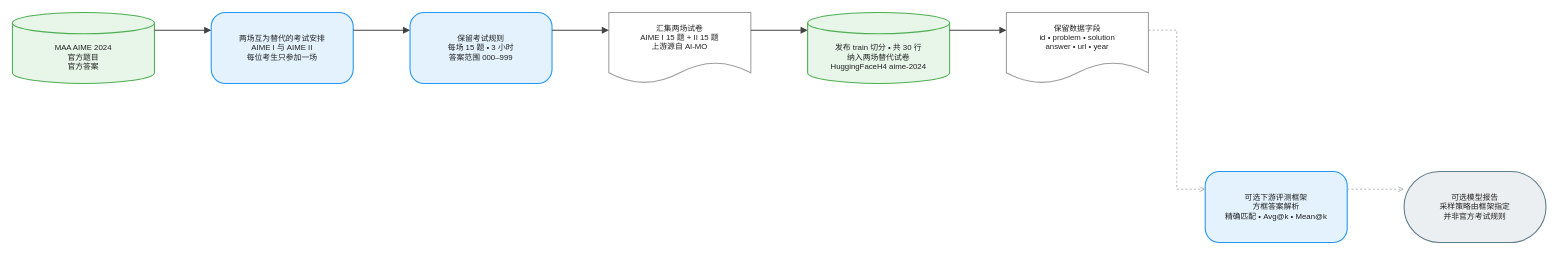
This is client/public/drawio/AIME-24/AIME-24.zh.drawio from joe1chief/benchmark-hub, a draw.io file, before an edit. Source tidied: cells renumbered, new cells numbered last; positions are measured from the earlier drawing's top-left corner, leaving out a move shared by most shapes. Both pictures are drawn from the tidied source at 71%, with x=0, y=0 at pixel (12, 12).
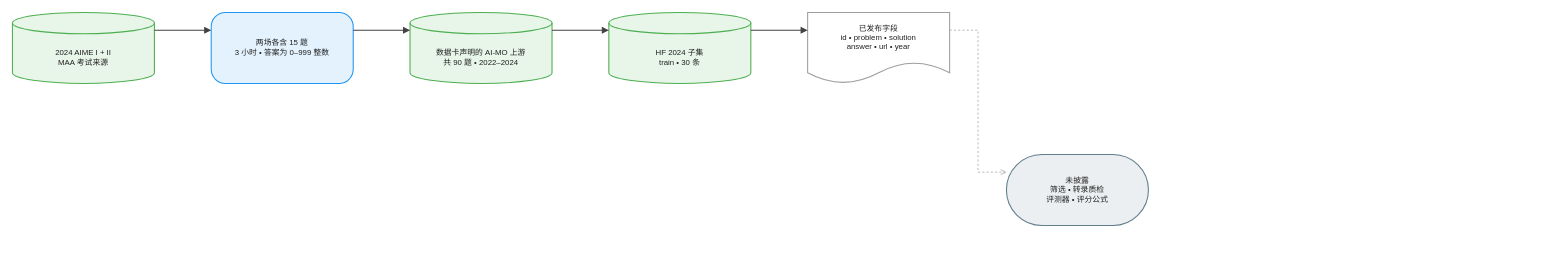
The same page after the edit.

Change to the diagram source:
```diff
@@
 <mxGraphModel background="#FFFFFF">
   <root>
     <mxCell id="0" />
     <mxCell id="1" parent="0" />
-    <mxCell id="2" value="MAA AIME 2024&#10;官方题目&#10;官方答案" style="shape=cylinder3;boundedLbl=1;backgroundOutline=1;size=15;html=0;convertToSvg=1;whiteSpace=wrap;fillColor=#E8F5E9;strokeColor=#4CAF50;strokeWidth=1.5;fontColor=#212121;fontSize=11;fontFamily=Arial, Helvetica, sans-serif;verticalAlign=middle;align=center;" parent="1" vertex="1">
+    <mxCell id="2" value="2024 AIME I + II&#10;MAA 考试来源" style="shape=cylinder3;boundedLbl=1;backgroundOutline=1;size=15;html=0;convertToSvg=1;whiteSpace=wrap;fillColor=#E8F5E9;strokeColor=#4CAF50;strokeWidth=1.5;fontColor=#212121;fontSize=11;fontFamily=Arial, Helvetica, sans-serif;verticalAlign=middle;align=center;" parent="1" vertex="1">
       <mxGeometry width="200" height="100" as="geometry" />
     </mxCell>
-    <mxCell id="3" value="两场互为替代的考试安排&#10;AIME I 与 AIME II&#10;每位考生只参加一场" style="rounded=1;arcSize=20;html=0;convertToSvg=1;whiteSpace=wrap;fillColor=#E3F2FD;strokeColor=#2196F3;strokeWidth=1.5;fontColor=#212121;fontSize=11;fontFamily=Arial, Helvetica, sans-serif;verticalAlign=middle;align=center;" parent="1" vertex="1">
+    <mxCell id="3" value="两场各含 15 题&#10;3 小时 • 答案为 0–999 整数" style="rounded=1;arcSize=20;html=0;convertToSvg=1;whiteSpace=wrap;fillColor=#E3F2FD;strokeColor=#2196F3;strokeWidth=1.5;fontColor=#212121;fontSize=11;fontFamily=Arial, Helvetica, sans-serif;verticalAlign=middle;align=center;" parent="1" vertex="1">
       <mxGeometry x="280" width="200" height="100" as="geometry" />
     </mxCell>
-    <mxCell id="4" value="保留考试规则&#10;每场 15 题 • 3 小时&#10;答案范围 000–999" style="rounded=1;arcSize=20;html=0;convertToSvg=1;whiteSpace=wrap;fillColor=#E3F2FD;strokeColor=#2196F3;strokeWidth=1.5;fontColor=#212121;fontSize=11;fontFamily=Arial, Helvetica, sans-serif;verticalAlign=middle;align=center;" parent="1" vertex="1">
+    <mxCell id="4" value="数据卡声明的 AI-MO 上游&#10;共 90 题 • 2022–2024" style="shape=cylinder3;boundedLbl=1;backgroundOutline=1;size=15;html=0;convertToSvg=1;whiteSpace=wrap;fillColor=#E8F5E9;strokeColor=#4CAF50;strokeWidth=1.5;fontColor=#212121;fontSize=11;fontFamily=Arial, Helvetica, sans-serif;verticalAlign=middle;align=center;" parent="1" vertex="1">
       <mxGeometry x="560" width="200" height="100" as="geometry" />
     </mxCell>
-    <mxCell id="5" value="汇集两场试卷&#10;AIME I 15 题 + II 15 题&#10;上游源自 AI-MO" style="shape=document;boundedLbl=1;html=0;convertToSvg=1;whiteSpace=wrap;fillColor=#FFFFFF;strokeColor=#9E9E9E;strokeWidth=1.5;fontColor=#212121;fontSize=11;fontFamily=Arial, Helvetica, sans-serif;verticalAlign=middle;align=center;" parent="1" vertex="1">
+    <mxCell id="5" value="HF 2024 子集&#10;train • 30 条" style="shape=cylinder3;boundedLbl=1;backgroundOutline=1;size=15;html=0;convertToSvg=1;whiteSpace=wrap;fillColor=#E8F5E9;strokeColor=#4CAF50;strokeWidth=1.5;fontColor=#212121;fontSize=11;fontFamily=Arial, Helvetica, sans-serif;verticalAlign=middle;align=center;" parent="1" vertex="1">
       <mxGeometry x="840" width="200" height="100" as="geometry" />
     </mxCell>
-    <mxCell id="6" value="发布 train 切分 • 共 30 行&#10;纳入两场替代试卷&#10;HuggingFaceH4 aime-2024" style="shape=cylinder3;boundedLbl=1;backgroundOutline=1;size=15;html=0;convertToSvg=1;whiteSpace=wrap;fillColor=#E8F5E9;strokeColor=#4CAF50;strokeWidth=1.5;fontColor=#212121;fontSize=11;fontFamily=Arial, Helvetica, sans-serif;verticalAlign=middle;align=center;" parent="1" vertex="1">
+    <mxCell id="6" value="已发布字段&#10;id • problem • solution&#10;answer • url • year" style="shape=document;boundedLbl=1;html=0;convertToSvg=1;whiteSpace=wrap;fillColor=#FFFFFF;strokeColor=#9E9E9E;strokeWidth=1.5;fontColor=#212121;fontSize=11;fontFamily=Arial, Helvetica, sans-serif;verticalAlign=middle;align=center;" parent="1" vertex="1">
       <mxGeometry x="1120" width="200" height="100" as="geometry" />
     </mxCell>
-    <mxCell id="7" value="保留数据字段&#10;id • problem • solution&#10;answer • url • year" style="shape=document;boundedLbl=1;html=0;convertToSvg=1;whiteSpace=wrap;fillColor=#FFFFFF;strokeColor=#9E9E9E;strokeWidth=1.5;fontColor=#212121;fontSize=11;fontFamily=Arial, Helvetica, sans-serif;verticalAlign=middle;align=center;" parent="1" vertex="1">
-      <mxGeometry x="1400" width="200" height="100" as="geometry" />
+    <mxCell id="7" value="未披露&#10;筛选 • 转录质检&#10;评测器 • 评分公式" style="rounded=1;arcSize=50;html=0;convertToSvg=1;whiteSpace=wrap;fillColor=#ECEFF1;strokeColor=#607D8B;strokeWidth=1.5;fontColor=#212121;fontSize=11;fontFamily=Arial, Helvetica, sans-serif;verticalAlign=middle;align=center;" parent="1" vertex="1">
+      <mxGeometry x="1400" y="200" width="200" height="100" as="geometry" />
     </mxCell>
-    <mxCell id="8" value="可选下游评测框架&#10;方框答案解析&#10;精确匹配 • Avg@k • Mean@k" style="rounded=1;arcSize=20;html=0;convertToSvg=1;whiteSpace=wrap;fillColor=#E3F2FD;strokeColor=#2196F3;strokeWidth=1.5;fontColor=#212121;fontSize=11;fontFamily=Arial, Helvetica, sans-serif;verticalAlign=middle;align=center;" parent="1" vertex="1">
-      <mxGeometry x="1680" y="224" width="200" height="100" as="geometry" />
+    <mxCell id="8" style="edgeStyle=orthogonalEdgeStyle;rounded=0;jettySize=auto;html=0;convertToSvg=1;strokeColor=#424242;strokeWidth=1.5;endArrow=block;endFill=1;exitX=1;exitY=0.25;exitDx=0;exitDy=0;entryX=0;entryY=0.25;entryDx=0;entryDy=0;jumpStyle=arc;jumpSize=8;" parent="1" edge="1" source="2" target="3">
+      <mxGeometry relative="1" as="geometry" />
     </mxCell>
-    <mxCell id="9" value="可选模型报告&#10;采样策略由框架指定&#10;并非官方考试规则" style="rounded=1;arcSize=50;html=0;convertToSvg=1;whiteSpace=wrap;fillColor=#ECEFF1;strokeColor=#607D8B;strokeWidth=1.5;fontColor=#212121;fontSize=11;fontFamily=Arial, Helvetica, sans-serif;verticalAlign=middle;align=center;" parent="1" vertex="1">
-      <mxGeometry x="1960" y="224" width="200" height="100" as="geometry" />
+    <mxCell id="9" style="edgeStyle=orthogonalEdgeStyle;rounded=0;jettySize=auto;html=0;convertToSvg=1;strokeColor=#424242;strokeWidth=1.5;endArrow=block;endFill=1;exitX=1;exitY=0.25;exitDx=0;exitDy=0;entryX=0;entryY=0.25;entryDx=0;entryDy=0;jumpStyle=arc;jumpSize=8;" parent="1" edge="1" source="3" target="4">
+      <mxGeometry relative="1" as="geometry" />
     </mxCell>
-    <mxCell id="10" style="edgeStyle=orthogonalEdgeStyle;rounded=0;jettySize=auto;html=0;convertToSvg=1;strokeColor=#424242;strokeWidth=1.5;endArrow=block;endFill=1;exitX=1;exitY=0.25;exitDx=0;exitDy=0;entryX=0;entryY=0.25;entryDx=0;entryDy=0;jumpStyle=arc;jumpSize=8;" parent="1" edge="1" source="2" target="3">
+    <mxCell id="10" style="edgeStyle=orthogonalEdgeStyle;rounded=0;jettySize=auto;html=0;convertToSvg=1;strokeColor=#424242;strokeWidth=1.5;endArrow=block;endFill=1;exitX=1;exitY=0.25;exitDx=0;exitDy=0;entryX=0;entryY=0.25;entryDx=0;entryDy=0;jumpStyle=arc;jumpSize=8;" parent="1" edge="1" source="4" target="5">
       <mxGeometry relative="1" as="geometry" />
     </mxCell>
-    <mxCell id="11" style="edgeStyle=orthogonalEdgeStyle;rounded=0;jettySize=auto;html=0;convertToSvg=1;strokeColor=#424242;strokeWidth=1.5;endArrow=block;endFill=1;exitX=1;exitY=0.25;exitDx=0;exitDy=0;entryX=0;entryY=0.25;entryDx=0;entryDy=0;jumpStyle=arc;jumpSize=8;" parent="1" edge="1" source="3" target="4">
+    <mxCell id="11" style="edgeStyle=orthogonalEdgeStyle;rounded=0;jettySize=auto;html=0;convertToSvg=1;strokeColor=#424242;strokeWidth=1.5;endArrow=block;endFill=1;exitX=1;exitY=0.25;exitDx=0;exitDy=0;entryX=0;entryY=0.25;entryDx=0;entryDy=0;jumpStyle=arc;jumpSize=8;" parent="1" edge="1" source="5" target="6">
       <mxGeometry relative="1" as="geometry" />
     </mxCell>
-    <mxCell id="12" style="edgeStyle=orthogonalEdgeStyle;rounded=0;jettySize=auto;html=0;convertToSvg=1;strokeColor=#424242;strokeWidth=1.5;endArrow=block;endFill=1;exitX=1;exitY=0.25;exitDx=0;exitDy=0;entryX=0;entryY=0.25;entryDx=0;entryDy=0;jumpStyle=arc;jumpSize=8;" parent="1" edge="1" source="4" target="5">
+    <mxCell id="12" style="edgeStyle=orthogonalEdgeStyle;rounded=0;jettySize=auto;html=0;convertToSvg=1;strokeColor=#9E9E9E;strokeWidth=1;endArrow=open;endFill=0;exitX=1;exitY=0.25;exitDx=0;exitDy=0;entryX=0;entryY=0.25;entryDx=0;entryDy=0;dashed=1;dashPattern=3 3;jumpStyle=arc;jumpSize=8;" parent="1" edge="1" source="6" target="7">
       <mxGeometry relative="1" as="geometry" />
     </mxCell>
-    <mxCell id="13" style="edgeStyle=orthogonalEdgeStyle;rounded=0;jettySize=auto;html=0;convertToSvg=1;strokeColor=#424242;strokeWidth=1.5;endArrow=block;endFill=1;exitX=1;exitY=0.25;exitDx=0;exitDy=0;entryX=0;entryY=0.25;entryDx=0;entryDy=0;jumpStyle=arc;jumpSize=8;" parent="1" edge="1" source="5" target="6">
-      <mxGeometry relative="1" as="geometry" />
-    </mxCell>
-    <mxCell id="14" style="edgeStyle=orthogonalEdgeStyle;rounded=0;jettySize=auto;html=0;convertToSvg=1;strokeColor=#424242;strokeWidth=1.5;endArrow=block;endFill=1;exitX=1;exitY=0.25;exitDx=0;exitDy=0;entryX=0;entryY=0.25;entryDx=0;entryDy=0;jumpStyle=arc;jumpSize=8;" parent="1" edge="1" source="6" target="7">
-      <mxGeometry relative="1" as="geometry" />
-    </mxCell>
-    <mxCell id="15" style="edgeStyle=orthogonalEdgeStyle;rounded=0;jettySize=auto;html=0;convertToSvg=1;strokeColor=#9E9E9E;strokeWidth=1;endArrow=open;endFill=0;exitX=1;exitY=0.25;exitDx=0;exitDy=0;entryX=0;entryY=0.25;entryDx=0;entryDy=0;dashed=1;dashPattern=3 3;jumpStyle=arc;jumpSize=8;" parent="1" edge="1" source="7" target="8">
-      <mxGeometry relative="1" as="geometry" />
-    </mxCell>
-    <mxCell id="16" style="edgeStyle=orthogonalEdgeStyle;rounded=0;jettySize=auto;html=0;convertToSvg=1;strokeColor=#9E9E9E;strokeWidth=1;endArrow=open;endFill=0;exitX=1;exitY=0.25;exitDx=0;exitDy=0;entryX=0;entryY=0.25;entryDx=0;entryDy=0;dashed=1;dashPattern=3 3;jumpStyle=arc;jumpSize=8;" parent="1" edge="1" source="8" target="9">
-      <mxGeometry relative="1" as="geometry" />
-    </mxCell>
   </root>
 </mxGraphModel>
```
